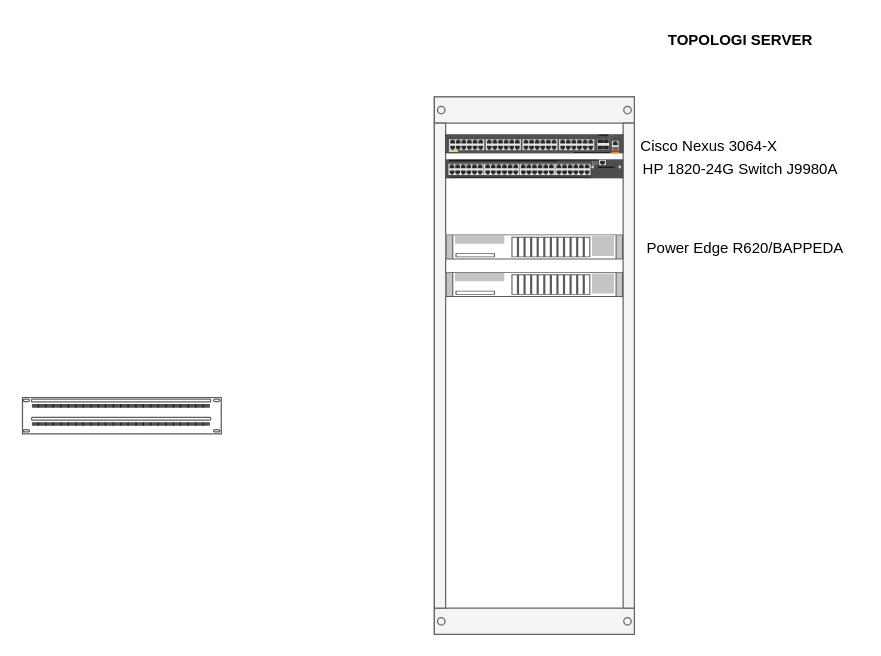
Earlier version of the draw.io diagram bagan jaringan server.drawio (komandan/dupak). Source tidied: cells renumbered, new cells numbered last; positions are measured from the earlier drawing's top-left corner, leaving out a move shared by most shapes. Both pictures are drawn from the tidied source at 125%, with x=0, y=0 at pixel (21, 21).
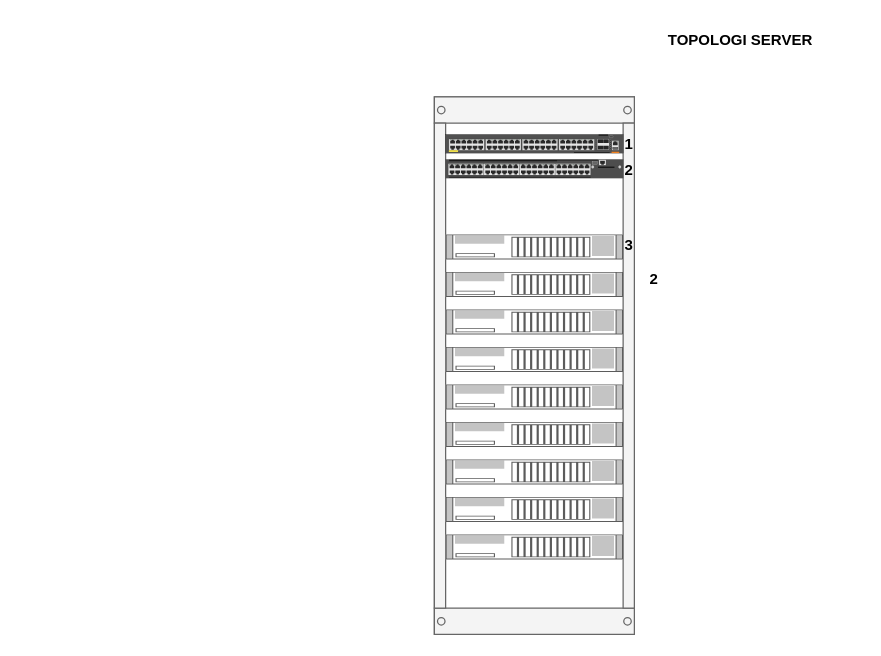
The same diagram, later.

The edit, as a diff of the source:
```diff
@@
 <mxGraphModel>
   <root>
     <mxCell id="0" />
     <mxCell id="1" parent="0" />
     <mxCell id="2" value="TOPOLOGI SERVER " style="text;html=1;strokeColor=none;fillColor=none;align=center;verticalAlign=middle;whiteSpace=wrap;rounded=0;fontStyle=1;" parent="1" vertex="1">
       <mxGeometry x="490" width="170" height="30" as="geometry" />
     </mxCell>
     <mxCell id="3" style="strokeColor=#666666;html=1;verticalLabelPosition=bottom;labelBackgroundColor=#ffffff;verticalAlign=top;shadow=0;dashed=0;shape=mxgraph.rackGeneral.container;allowGaps=1;textColor=#666666;numDisp=off;" parent="1" vertex="1">
       <mxGeometry x="330" y="60" width="160" height="430" as="geometry" />
     </mxCell>
     <mxCell id="4" style="html=1;verticalLabelPosition=bottom;verticalAlign=top;shadow=0;dashed=0;shape=mxgraph.rack.hpe_aruba.switches.jl728a_aruba_6200f_48_port_1gbe_class_4_poe_and_4_port_sfpplus_740w_switch;" parent="3" vertex="1">
       <mxGeometry x="9" y="30" width="142" height="15" as="geometry" />
     </mxCell>
-    <mxCell id="5" style="html=1;verticalLabelPosition=bottom;verticalAlign=top;shadow=0;dashed=0;shape=mxgraph.rack.hpe_aruba.switches.jl072a_hpe_aruba_3810m_48_port_gt_1_slot_switch;" parent="3" vertex="1">
-      <mxGeometry x="9" y="50" width="142" height="15" as="geometry" />
-    </mxCell>
     <mxCell id="6" style="shape=mxgraph.rack.ibm.ibm_x3750;html=1;labelPosition=right;align=left;spacingLeft=15;dashed=0;shadow=0;fillColor=#ffffff;" parent="3" vertex="1">
       <mxGeometry x="9" y="110" width="142" height="20" as="geometry" />
     </mxCell>
     <mxCell id="7" style="shape=mxgraph.rack.ibm.ibm_x3750;html=1;labelPosition=right;align=left;spacingLeft=15;dashed=0;shadow=0;fillColor=#ffffff;" parent="3" vertex="1">
       <mxGeometry x="9" y="140" width="142" height="20" as="geometry" />
     </mxCell>
-    <mxCell id="8" style="strokeColor=#666666;html=1;labelPosition=right;align=left;spacingLeft=15;shadow=0;dashed=0;shape=mxgraph.rack.general.cat5e_enhanced_patch_panel_48_ports;" parent="1" vertex="1">
-      <mxGeometry y="300" width="160" height="30" as="geometry" />
-    </mxCell>
-    <mxCell id="9" value="Power Edge R620/BAPPEDA" style="text;html=1;strokeColor=none;fillColor=none;align=center;verticalAlign=middle;whiteSpace=wrap;rounded=0;" parent="1" vertex="1">
-      <mxGeometry x="488" y="171" width="182" height="20" as="geometry" />
-    </mxCell>
-    <mxCell id="10" value="Cisco Nexus 3064-X" style="text;html=1;strokeColor=none;fillColor=none;align=center;verticalAlign=middle;whiteSpace=wrap;rounded=0;" parent="1" vertex="1">
-      <mxGeometry x="490" y="90" width="120" height="20" as="geometry" />
-    </mxCell>
-    <mxCell id="11" value="HP 1820-24G Switch J9980A" style="text;html=1;strokeColor=none;fillColor=none;align=center;verticalAlign=middle;whiteSpace=wrap;rounded=0;" parent="1" vertex="1">
-      <mxGeometry x="490" y="108" width="170" height="20" as="geometry" />
-    </mxCell>
+    <mxCell id="5" style="html=1;verticalLabelPosition=bottom;verticalAlign=top;shadow=0;dashed=0;shape=mxgraph.rack.hpe_aruba.switches.jl072a_hpe_aruba_3810m_48_port_gt_1_slot_switch;" parent="3" vertex="1">
+      <mxGeometry x="9" y="50" width="142" height="15" as="geometry" />
+    </mxCell>
+    <mxCell id="12" style="shape=mxgraph.rack.ibm.ibm_x3750;html=1;labelPosition=right;align=left;spacingLeft=15;dashed=0;shadow=0;fillColor=#ffffff;" parent="3" vertex="1">
+      <mxGeometry x="9" y="170" width="142" height="20" as="geometry" />
+    </mxCell>
+    <mxCell id="13" style="shape=mxgraph.rack.ibm.ibm_x3750;html=1;labelPosition=right;align=left;spacingLeft=15;dashed=0;shadow=0;fillColor=#ffffff;" parent="3" vertex="1">
+      <mxGeometry x="9" y="200" width="142" height="20" as="geometry" />
+    </mxCell>
+    <mxCell id="14" style="shape=mxgraph.rack.ibm.ibm_x3750;html=1;labelPosition=right;align=left;spacingLeft=15;dashed=0;shadow=0;fillColor=#ffffff;" parent="3" vertex="1">
+      <mxGeometry x="9" y="230" width="142" height="20" as="geometry" />
+    </mxCell>
+    <mxCell id="15" style="shape=mxgraph.rack.ibm.ibm_x3750;html=1;labelPosition=right;align=left;spacingLeft=15;dashed=0;shadow=0;fillColor=#ffffff;" parent="3" vertex="1">
+      <mxGeometry x="9" y="260" width="142" height="20" as="geometry" />
+    </mxCell>
+    <mxCell id="16" style="shape=mxgraph.rack.ibm.ibm_x3750;html=1;labelPosition=right;align=left;spacingLeft=15;dashed=0;shadow=0;fillColor=#ffffff;" parent="3" vertex="1">
+      <mxGeometry x="9" y="290" width="142" height="20" as="geometry" />
+    </mxCell>
+    <mxCell id="17" style="shape=mxgraph.rack.ibm.ibm_x3750;html=1;labelPosition=right;align=left;spacingLeft=15;dashed=0;shadow=0;fillColor=#ffffff;" parent="3" vertex="1">
+      <mxGeometry x="9" y="320" width="142" height="20" as="geometry" />
+    </mxCell>
+    <mxCell id="18" style="shape=mxgraph.rack.ibm.ibm_x3750;html=1;labelPosition=right;align=left;spacingLeft=15;dashed=0;shadow=0;fillColor=#ffffff;" parent="3" vertex="1">
+      <mxGeometry x="9" y="350" width="142" height="20" as="geometry" />
+    </mxCell>
+    <mxCell id="19" value="1" style="text;html=1;strokeColor=none;fillColor=none;align=center;verticalAlign=middle;whiteSpace=wrap;rounded=0;fontStyle=1;" parent="1" vertex="1">
+      <mxGeometry x="481" y="92" width="10" height="11" as="geometry" />
+    </mxCell>
+    <mxCell id="20" value="&lt;div&gt;2&lt;/div&gt;" style="text;html=1;strokeColor=none;fillColor=none;align=center;verticalAlign=middle;whiteSpace=wrap;rounded=0;fontStyle=1;" parent="1" vertex="1">
+      <mxGeometry x="481" y="113" width="10" height="11" as="geometry" />
+    </mxCell>
+    <mxCell id="21" value="3" style="text;html=1;strokeColor=none;fillColor=none;align=center;verticalAlign=middle;whiteSpace=wrap;rounded=0;fontStyle=1;" parent="1" vertex="1">
+      <mxGeometry x="481" y="173" width="10" height="11" as="geometry" />
+    </mxCell>
+    <mxCell id="22" value="&lt;div&gt;2&lt;/div&gt;" style="text;html=1;strokeColor=none;fillColor=none;align=center;verticalAlign=middle;whiteSpace=wrap;rounded=0;fontStyle=1;" parent="1" vertex="1">
+      <mxGeometry x="501" y="200" width="10" height="11" as="geometry" />
+    </mxCell>
   </root>
 </mxGraphModel>
```
